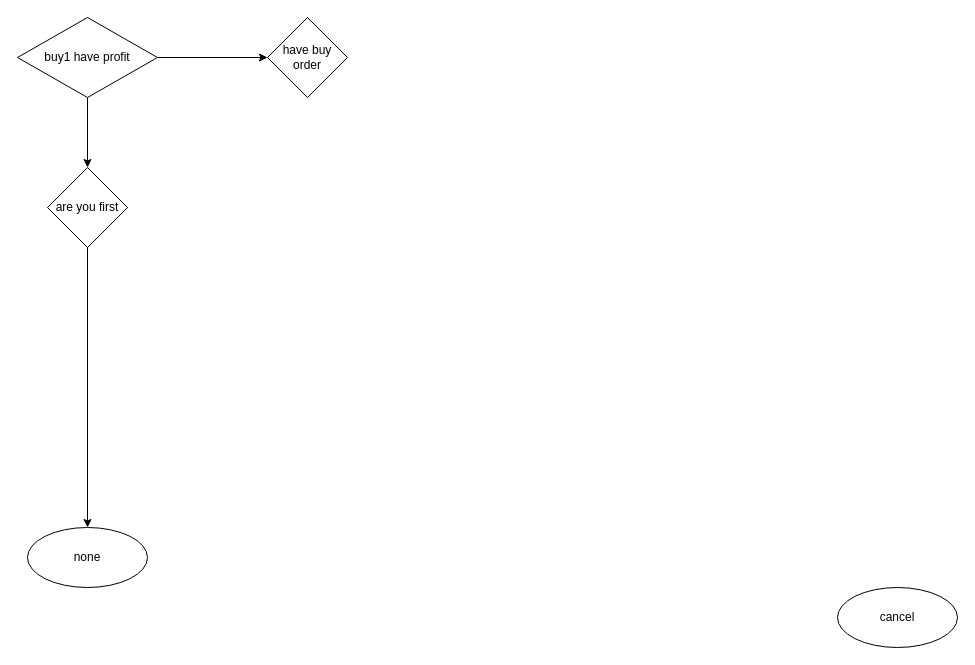
fzuguo/hello-world keeps this draw.io diagram as page "第 3 页" (3 of 3) of 未命名绘图.drawio. Above is the earlier version. Source tidied: cells renumbered, new cells numbered last; positions are measured from the earlier drawing's top-left corner, leaving out a move shared by most shapes. Both pictures are drawn from the tidied source at 100%, with x=0, y=0 at pixel (17, 17).
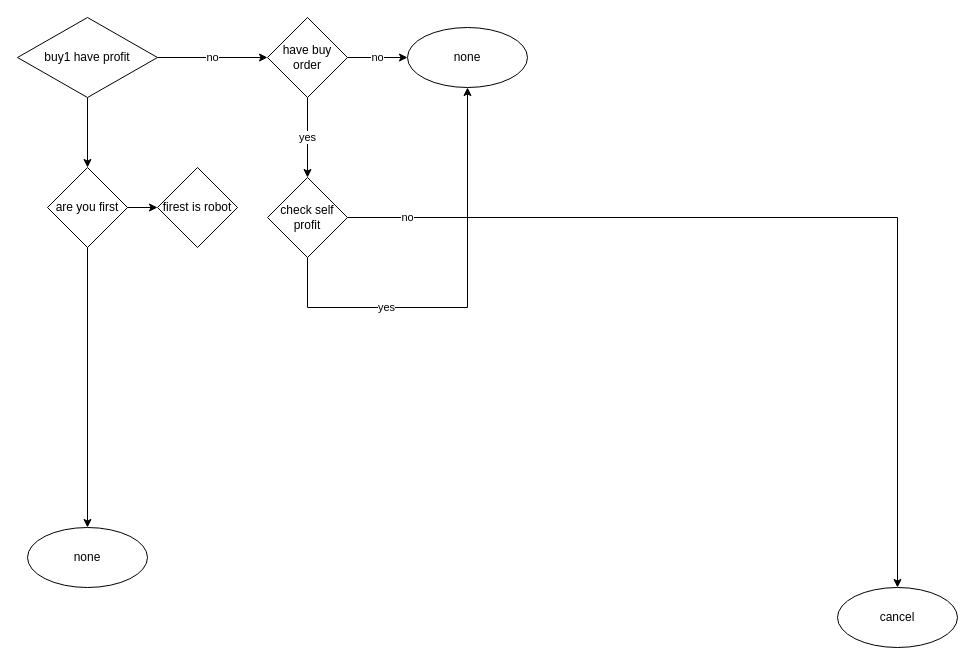
After the change.

What changed in the source:
```diff
@@
 <mxGraphModel>
   <root>
     <mxCell id="0" />
     <mxCell id="1" parent="0" />
     <mxCell id="2" style="edgeStyle=orthogonalEdgeStyle;rounded=0;jettySize=auto;html=1;" parent="1" edge="1" source="4" target="6">
       <mxGeometry relative="1" as="geometry" />
     </mxCell>
-    <mxCell id="3" style="edgeStyle=orthogonalEdgeStyle;rounded=0;jettySize=auto;html=1;" parent="1" edge="1" source="4" target="9">
+    <mxCell id="3" value="no" style="edgeStyle=orthogonalEdgeStyle;rounded=0;jettySize=auto;html=1;" parent="1" edge="1" source="4" target="9">
       <mxGeometry relative="1" as="geometry" />
     </mxCell>
     <mxCell id="4" value="buy1 have profit" style="rhombus;whiteSpace=wrap;html=1;" parent="1" vertex="1">
       <mxGeometry width="140" height="80" as="geometry" />
     </mxCell>
     <mxCell id="5" style="edgeStyle=orthogonalEdgeStyle;rounded=0;jettySize=auto;html=1;exitX=0.5;exitY=1;exitDx=0;exitDy=0;entryX=0.5;entryY=0;entryDx=0;entryDy=0;" parent="1" edge="1" source="6" target="8">
       <mxGeometry relative="1" as="geometry" />
     </mxCell>
+    <mxCell id="10" style="edgeStyle=orthogonalEdgeStyle;rounded=0;jettySize=auto;html=1;" parent="1" edge="1" source="6" target="17">
+      <mxGeometry relative="1" as="geometry" />
+    </mxCell>
     <mxCell id="6" value="are you first" style="rhombus;whiteSpace=wrap;html=1;" parent="1" vertex="1">
       <mxGeometry x="30" y="150" width="80" height="80" as="geometry" />
     </mxCell>
     <mxCell id="7" value="cancel" style="ellipse;whiteSpace=wrap;html=1;" parent="1" vertex="1">
       <mxGeometry x="820" y="570" width="120" height="60" as="geometry" />
     </mxCell>
     <mxCell id="8" value="none" style="ellipse;whiteSpace=wrap;html=1;" parent="1" vertex="1">
       <mxGeometry x="10" y="510" width="120" height="60" as="geometry" />
     </mxCell>
+    <mxCell id="11" value="yes" style="edgeStyle=orthogonalEdgeStyle;rounded=0;jettySize=auto;html=1;" parent="1" edge="1" source="9" target="15">
+      <mxGeometry relative="1" as="geometry" />
+    </mxCell>
+    <mxCell id="12" value="no" style="edgeStyle=orthogonalEdgeStyle;rounded=0;jettySize=auto;html=1;" parent="1" edge="1" source="9" target="16">
+      <mxGeometry relative="1" as="geometry" />
+    </mxCell>
     <mxCell id="9" value="have buy order" style="rhombus;whiteSpace=wrap;html=1;" parent="1" vertex="1">
       <mxGeometry x="250" width="80" height="80" as="geometry" />
     </mxCell>
+    <mxCell id="13" value="yes" style="edgeStyle=orthogonalEdgeStyle;rounded=0;jettySize=auto;html=1;exitX=0.5;exitY=1;exitDx=0;exitDy=0;entryX=0.5;entryY=1;entryDx=0;entryDy=0;" parent="1" edge="1" source="15" target="16">
+      <mxGeometry x="-0.4" relative="1" as="geometry">
+        <Array as="points">
+          <mxPoint x="290" y="290" />
+          <mxPoint x="450" y="290" />
+        </Array>
+      </mxGeometry>
+    </mxCell>
+    <mxCell id="14" value="no" style="edgeStyle=orthogonalEdgeStyle;rounded=0;jettySize=auto;html=1;exitX=1;exitY=0.5;exitDx=0;exitDy=0;entryX=0.5;entryY=0;entryDx=0;entryDy=0;" parent="1" edge="1" source="15" target="7">
+      <mxGeometry x="-0.87" relative="1" as="geometry" />
+    </mxCell>
+    <mxCell id="15" value="check self profit" style="rhombus;whiteSpace=wrap;html=1;" parent="1" vertex="1">
+      <mxGeometry x="250" y="160" width="80" height="80" as="geometry" />
+    </mxCell>
+    <mxCell id="16" value="none" style="ellipse;whiteSpace=wrap;html=1;" parent="1" vertex="1">
+      <mxGeometry x="390" y="10" width="120" height="60" as="geometry" />
+    </mxCell>
+    <mxCell id="17" value="firest is robot" style="rhombus;whiteSpace=wrap;html=1;" parent="1" vertex="1">
+      <mxGeometry x="140" y="150" width="80" height="80" as="geometry" />
+    </mxCell>
   </root>
 </mxGraphModel>
```
